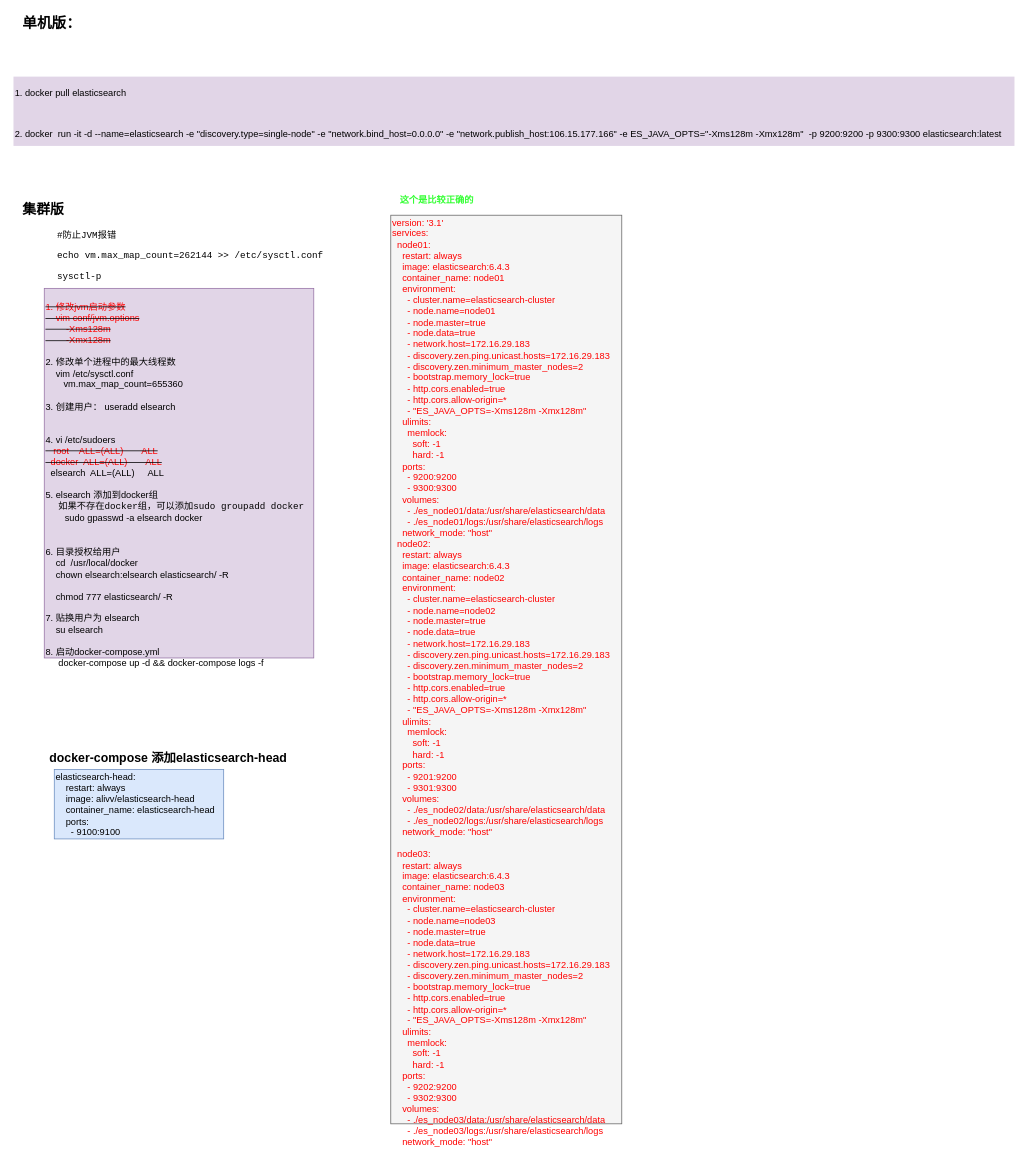
The draw.io diagram page "ELK" (3 of 5) of CI/CI/CDdrawio.drawio in liudongdong0909/draw, before the edit. Source tidied: cells renumbered, new cells numbered last; positions are measured from the earlier drawing's top-left corner, leaving out a move shared by most shapes. Both pictures are drawn from the tidied source at 77%, with x=0, y=0 at pixel (13, 13).
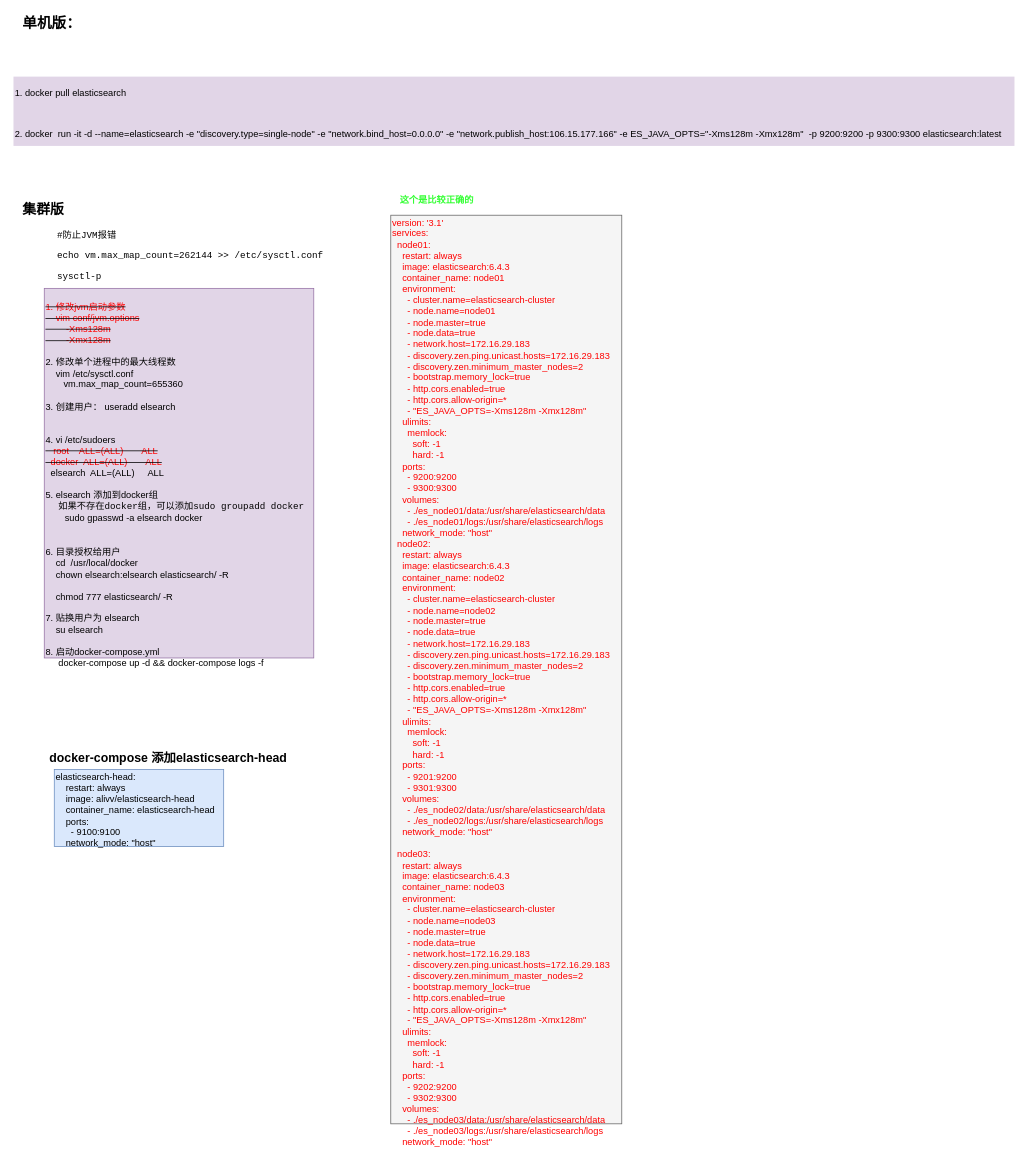
The same diagram, later.

Change to the diagram source:
```diff
@@
 <mxGraphModel>
   <root>
     <mxCell id="0" />
     <mxCell id="1" parent="0" />
     <mxCell id="2" value="&lt;b&gt;&lt;font style=&quot;font-size: 19px&quot;&gt;单机版：&lt;/font&gt;&lt;/b&gt;" style="text;html=1;align=left;verticalAlign=top;spacingTop=-4;" parent="1" vertex="1">
       <mxGeometry x="10" width="90" height="20" as="geometry" />
     </mxCell>
     <mxCell id="3" value="&lt;div title=&quot;Page 6&quot;&gt;&lt;p&gt;&lt;span&gt;&lt;font&gt;1. docker pull elasticsearch&lt;/font&gt;&lt;/span&gt;&lt;/p&gt;&lt;p&gt;&lt;span&gt;&lt;font&gt;&lt;br&gt;&lt;/font&gt;&lt;/span&gt;&lt;/p&gt;&lt;p&gt;&lt;font&gt;&lt;span&gt;2.&amp;nbsp;&lt;/span&gt;&lt;/font&gt;&lt;span&gt;docker&amp;nbsp; run -it -d --name=elasticsearch -e &quot;discovery.type=single-node&quot; -e &quot;network.bind_host=0.0.0.0&quot; -e &quot;network.publish_host:106.15.177.166&quot; -e&amp;nbsp;&lt;/span&gt;&lt;span&gt;ES_JAVA_OPTS=&lt;/span&gt;&lt;span&gt;&quot;-Xms128m -Xmx128m&quot;&lt;/span&gt;&lt;span&gt;&amp;nbsp;&amp;nbsp;-p 9200:9200 -p 9300:9300 elasticsearch:latest&lt;/span&gt;&lt;/p&gt;&lt;/div&gt;" style="text;html=1;align=left;verticalAlign=top;spacingTop=-4;strokeColor=none;fillColor=#E1D5E7;fontColor=#000000;" parent="1" vertex="1">
       <mxGeometry y="82" width="1300" height="90" as="geometry" />
     </mxCell>
     <mxCell id="4" value="&lt;b&gt;&lt;font style=&quot;font-size: 18px&quot;&gt;集群版&lt;/font&gt;&lt;/b&gt;" style="text;html=1;align=left;verticalAlign=top;spacingTop=-4;fontColor=#000000;" parent="1" vertex="1">
       <mxGeometry x="10" y="242" width="70" height="20" as="geometry" />
     </mxCell>
     <mxCell id="5" value="&lt;pre&gt;&lt;code&gt;&lt;span&gt;#防止JVM报错&lt;/span&gt;&lt;/code&gt;&lt;/pre&gt;&lt;pre&gt;&lt;code&gt;&lt;span&gt;echo &lt;/span&gt;&lt;span&gt;vm.max_map_count=262144 &amp;gt;&amp;gt; /etc/sysctl.conf&lt;/span&gt;&lt;/code&gt;&lt;/pre&gt;&lt;pre&gt;&lt;code&gt;&lt;span&gt;sysctl&lt;/span&gt;&lt;span&gt;-p&lt;/span&gt;&lt;/code&gt;&lt;/pre&gt;" style="text;html=1;align=left;verticalAlign=top;spacingTop=-4;fontColor=#000000;" parent="1" vertex="1">
       <mxGeometry x="55" y="267" width="360" height="90" as="geometry" />
     </mxCell>
     <mxCell id="6" value="&lt;div&gt;&lt;font color=&quot;#ff0000&quot;&gt;version: '3.1'&lt;/font&gt;&lt;/div&gt;&lt;div&gt;&lt;font color=&quot;#ff0000&quot;&gt;services:&lt;/font&gt;&lt;/div&gt;&lt;div&gt;&lt;font color=&quot;#ff0000&quot;&gt;&amp;nbsp; node01:&lt;/font&gt;&lt;/div&gt;&lt;div&gt;&lt;font color=&quot;#ff0000&quot;&gt;&amp;nbsp; &amp;nbsp; restart: always&lt;/font&gt;&lt;/div&gt;&lt;div&gt;&lt;font color=&quot;#ff0000&quot;&gt;&amp;nbsp; &amp;nbsp; image: elasticsearch:6.4.3&lt;/font&gt;&lt;/div&gt;&lt;div&gt;&lt;font color=&quot;#ff0000&quot;&gt;&amp;nbsp; &amp;nbsp; container_name: node01&lt;/font&gt;&lt;/div&gt;&lt;div&gt;&lt;font color=&quot;#ff0000&quot;&gt;&amp;nbsp; &amp;nbsp; environment:&lt;/font&gt;&lt;/div&gt;&lt;div&gt;&lt;font color=&quot;#ff0000&quot;&gt;&amp;nbsp; &amp;nbsp; &amp;nbsp; - cluster.name=elasticsearch-cluster&lt;/font&gt;&lt;/div&gt;&lt;div&gt;&lt;font color=&quot;#ff0000&quot;&gt;&amp;nbsp; &amp;nbsp; &amp;nbsp; - node.name=node01&lt;/font&gt;&lt;/div&gt;&lt;div&gt;&lt;font color=&quot;#ff0000&quot;&gt;&amp;nbsp; &amp;nbsp; &amp;nbsp; - node.master=true&lt;/font&gt;&lt;/div&gt;&lt;div&gt;&lt;font color=&quot;#ff0000&quot;&gt;&amp;nbsp; &amp;nbsp; &amp;nbsp; - node.data=true&lt;/font&gt;&lt;/div&gt;&lt;div&gt;&lt;font color=&quot;#ff0000&quot;&gt;&amp;nbsp; &amp;nbsp; &amp;nbsp; - network.host=172.16.29.183&lt;/font&gt;&lt;/div&gt;&lt;div&gt;&lt;font color=&quot;#ff0000&quot;&gt;&amp;nbsp; &amp;nbsp; &amp;nbsp; - discovery.zen.ping.unicast.hosts=172.16.29.183&lt;/font&gt;&lt;/div&gt;&lt;div&gt;&lt;font color=&quot;#ff0000&quot;&gt;&amp;nbsp; &amp;nbsp; &amp;nbsp; - discovery.zen.minimum_master_nodes=2&lt;/font&gt;&lt;/div&gt;&lt;div&gt;&lt;font color=&quot;#ff0000&quot;&gt;&amp;nbsp; &amp;nbsp; &amp;nbsp; - bootstrap.memory_lock=true&lt;/font&gt;&lt;/div&gt;&lt;div&gt;&lt;font color=&quot;#ff0000&quot;&gt;&amp;nbsp; &amp;nbsp; &amp;nbsp; - http.cors.enabled=true&lt;/font&gt;&lt;/div&gt;&lt;div&gt;&lt;font color=&quot;#ff0000&quot;&gt;&amp;nbsp; &amp;nbsp; &amp;nbsp; - http.cors.allow-origin=*&lt;/font&gt;&lt;/div&gt;&lt;div&gt;&lt;font color=&quot;#ff0000&quot;&gt;&amp;nbsp; &amp;nbsp; &amp;nbsp; - &quot;ES_JAVA_OPTS=-Xms128m -Xmx128m&quot;&lt;/font&gt;&lt;/div&gt;&lt;div&gt;&lt;font color=&quot;#ff0000&quot;&gt;&amp;nbsp; &amp;nbsp; ulimits:&lt;/font&gt;&lt;/div&gt;&lt;div&gt;&lt;font color=&quot;#ff0000&quot;&gt;&amp;nbsp; &amp;nbsp; &amp;nbsp; memlock:&lt;/font&gt;&lt;/div&gt;&lt;div&gt;&lt;font color=&quot;#ff0000&quot;&gt;&amp;nbsp; &amp;nbsp; &amp;nbsp; &amp;nbsp; soft: -1&lt;/font&gt;&lt;/div&gt;&lt;div&gt;&lt;font color=&quot;#ff0000&quot;&gt;&amp;nbsp; &amp;nbsp; &amp;nbsp; &amp;nbsp; hard: -1&lt;/font&gt;&lt;/div&gt;&lt;div&gt;&lt;font color=&quot;#ff0000&quot;&gt;&amp;nbsp; &amp;nbsp; ports:&lt;/font&gt;&lt;/div&gt;&lt;div&gt;&lt;font color=&quot;#ff0000&quot;&gt;&amp;nbsp; &amp;nbsp; &amp;nbsp; - 9200:9200&lt;/font&gt;&lt;/div&gt;&lt;div&gt;&lt;font color=&quot;#ff0000&quot;&gt;&amp;nbsp; &amp;nbsp; &amp;nbsp; - 9300:9300&lt;/font&gt;&lt;/div&gt;&lt;div&gt;&lt;font color=&quot;#ff0000&quot;&gt;&amp;nbsp; &amp;nbsp; volumes:&lt;/font&gt;&lt;/div&gt;&lt;div&gt;&lt;font color=&quot;#ff0000&quot;&gt;&amp;nbsp; &amp;nbsp; &amp;nbsp; - ./es_node01/data:/usr/share/elasticsearch/data&lt;/font&gt;&lt;/div&gt;&lt;div&gt;&lt;font color=&quot;#ff0000&quot;&gt;&amp;nbsp; &amp;nbsp; &amp;nbsp; - ./es_node01/logs:/usr/share/elasticsearch/logs&amp;nbsp; &amp;nbsp;&amp;nbsp;&lt;/font&gt;&lt;/div&gt;&lt;div&gt;&lt;font color=&quot;#ff0000&quot;&gt;&amp;nbsp; &amp;nbsp; network_mode: &quot;host&quot;&lt;/font&gt;&lt;/div&gt;&lt;div&gt;&lt;font color=&quot;#ff0000&quot;&gt;&amp;nbsp; node02:&lt;/font&gt;&lt;/div&gt;&lt;div&gt;&lt;font color=&quot;#ff0000&quot;&gt;&amp;nbsp; &amp;nbsp; restart: always&lt;/font&gt;&lt;/div&gt;&lt;div&gt;&lt;font color=&quot;#ff0000&quot;&gt;&amp;nbsp; &amp;nbsp; image: elasticsearch:6.4.3&lt;/font&gt;&lt;/div&gt;&lt;div&gt;&lt;font color=&quot;#ff0000&quot;&gt;&amp;nbsp; &amp;nbsp; container_name: node02&lt;/font&gt;&lt;/div&gt;&lt;div&gt;&lt;font color=&quot;#ff0000&quot;&gt;&amp;nbsp; &amp;nbsp; environment:&lt;/font&gt;&lt;/div&gt;&lt;div&gt;&lt;font color=&quot;#ff0000&quot;&gt;&amp;nbsp; &amp;nbsp; &amp;nbsp; - cluster.name=elasticsearch-cluster&lt;/font&gt;&lt;/div&gt;&lt;div&gt;&lt;font color=&quot;#ff0000&quot;&gt;&amp;nbsp; &amp;nbsp; &amp;nbsp; - node.name=node02&lt;/font&gt;&lt;/div&gt;&lt;div&gt;&lt;font color=&quot;#ff0000&quot;&gt;&amp;nbsp; &amp;nbsp; &amp;nbsp; - node.master=true&lt;/font&gt;&lt;/div&gt;&lt;div&gt;&lt;font color=&quot;#ff0000&quot;&gt;&amp;nbsp; &amp;nbsp; &amp;nbsp; - node.data=true&lt;/font&gt;&lt;/div&gt;&lt;div&gt;&lt;font color=&quot;#ff0000&quot;&gt;&amp;nbsp; &amp;nbsp; &amp;nbsp; - network.host=172.16.29.183&lt;/font&gt;&lt;/div&gt;&lt;div&gt;&lt;font color=&quot;#ff0000&quot;&gt;&amp;nbsp; &amp;nbsp; &amp;nbsp; - discovery.zen.ping.unicast.hosts=172.16.29.183&lt;/font&gt;&lt;/div&gt;&lt;div&gt;&lt;font color=&quot;#ff0000&quot;&gt;&amp;nbsp; &amp;nbsp; &amp;nbsp; - discovery.zen.minimum_master_nodes=2&lt;/font&gt;&lt;/div&gt;&lt;div&gt;&lt;font color=&quot;#ff0000&quot;&gt;&amp;nbsp; &amp;nbsp; &amp;nbsp; - bootstrap.memory_lock=true&lt;/font&gt;&lt;/div&gt;&lt;div&gt;&lt;font color=&quot;#ff0000&quot;&gt;&amp;nbsp; &amp;nbsp; &amp;nbsp; - http.cors.enabled=true&lt;/font&gt;&lt;/div&gt;&lt;div&gt;&lt;font color=&quot;#ff0000&quot;&gt;&amp;nbsp; &amp;nbsp; &amp;nbsp; - http.cors.allow-origin=*&lt;/font&gt;&lt;/div&gt;&lt;div&gt;&lt;font color=&quot;#ff0000&quot;&gt;&amp;nbsp; &amp;nbsp; &amp;nbsp; - &quot;ES_JAVA_OPTS=-Xms128m -Xmx128m&quot;&lt;/font&gt;&lt;/div&gt;&lt;div&gt;&lt;font color=&quot;#ff0000&quot;&gt;&amp;nbsp; &amp;nbsp; ulimits:&lt;/font&gt;&lt;/div&gt;&lt;div&gt;&lt;font color=&quot;#ff0000&quot;&gt;&amp;nbsp; &amp;nbsp; &amp;nbsp; memlock:&lt;/font&gt;&lt;/div&gt;&lt;div&gt;&lt;font color=&quot;#ff0000&quot;&gt;&amp;nbsp; &amp;nbsp; &amp;nbsp; &amp;nbsp; soft: -1&lt;/font&gt;&lt;/div&gt;&lt;div&gt;&lt;font color=&quot;#ff0000&quot;&gt;&amp;nbsp; &amp;nbsp; &amp;nbsp; &amp;nbsp; hard: -1&lt;/font&gt;&lt;/div&gt;&lt;div&gt;&lt;font color=&quot;#ff0000&quot;&gt;&amp;nbsp; &amp;nbsp; ports:&lt;/font&gt;&lt;/div&gt;&lt;div&gt;&lt;font color=&quot;#ff0000&quot;&gt;&amp;nbsp; &amp;nbsp; &amp;nbsp; - 9201:9200&lt;/font&gt;&lt;/div&gt;&lt;div&gt;&lt;font color=&quot;#ff0000&quot;&gt;&amp;nbsp; &amp;nbsp; &amp;nbsp; - 9301:9300&lt;/font&gt;&lt;/div&gt;&lt;div&gt;&lt;font color=&quot;#ff0000&quot;&gt;&amp;nbsp; &amp;nbsp; volumes:&lt;/font&gt;&lt;/div&gt;&lt;div&gt;&lt;font color=&quot;#ff0000&quot;&gt;&amp;nbsp; &amp;nbsp; &amp;nbsp; - ./es_node02/data:/usr/share/elasticsearch/data&lt;/font&gt;&lt;/div&gt;&lt;div&gt;&lt;font color=&quot;#ff0000&quot;&gt;&amp;nbsp; &amp;nbsp; &amp;nbsp; - ./es_node02/logs:/usr/share/elasticsearch/logs&amp;nbsp; &amp;nbsp;&amp;nbsp;&lt;/font&gt;&lt;/div&gt;&lt;div&gt;&lt;font color=&quot;#ff0000&quot;&gt;&amp;nbsp; &amp;nbsp; network_mode: &quot;host&quot;&lt;/font&gt;&lt;/div&gt;&lt;div&gt;&lt;font color=&quot;#ff0000&quot;&gt;&lt;br&gt;&lt;/font&gt;&lt;/div&gt;&lt;div&gt;&lt;font color=&quot;#ff0000&quot;&gt;&amp;nbsp; node03:&lt;/font&gt;&lt;/div&gt;&lt;div&gt;&lt;font color=&quot;#ff0000&quot;&gt;&amp;nbsp; &amp;nbsp; restart: always&lt;/font&gt;&lt;/div&gt;&lt;div&gt;&lt;font color=&quot;#ff0000&quot;&gt;&amp;nbsp; &amp;nbsp; image: elasticsearch:6.4.3&lt;/font&gt;&lt;/div&gt;&lt;div&gt;&lt;font color=&quot;#ff0000&quot;&gt;&amp;nbsp; &amp;nbsp; container_name: node03&lt;/font&gt;&lt;/div&gt;&lt;div&gt;&lt;font color=&quot;#ff0000&quot;&gt;&amp;nbsp; &amp;nbsp; environment:&lt;/font&gt;&lt;/div&gt;&lt;div&gt;&lt;font color=&quot;#ff0000&quot;&gt;&amp;nbsp; &amp;nbsp; &amp;nbsp; - cluster.name=elasticsearch-cluster&lt;/font&gt;&lt;/div&gt;&lt;div&gt;&lt;font color=&quot;#ff0000&quot;&gt;&amp;nbsp; &amp;nbsp; &amp;nbsp; - node.name=node03&lt;/font&gt;&lt;/div&gt;&lt;div&gt;&lt;font color=&quot;#ff0000&quot;&gt;&amp;nbsp; &amp;nbsp; &amp;nbsp; - node.master=true&lt;/font&gt;&lt;/div&gt;&lt;div&gt;&lt;font color=&quot;#ff0000&quot;&gt;&amp;nbsp; &amp;nbsp; &amp;nbsp; - node.data=true&lt;/font&gt;&lt;/div&gt;&lt;div&gt;&lt;font color=&quot;#ff0000&quot;&gt;&amp;nbsp; &amp;nbsp; &amp;nbsp; - network.host=172.16.29.183&lt;/font&gt;&lt;/div&gt;&lt;div&gt;&lt;font color=&quot;#ff0000&quot;&gt;&amp;nbsp; &amp;nbsp; &amp;nbsp; - discovery.zen.ping.unicast.hosts=172.16.29.183&lt;/font&gt;&lt;/div&gt;&lt;div&gt;&lt;font color=&quot;#ff0000&quot;&gt;&amp;nbsp; &amp;nbsp; &amp;nbsp; - discovery.zen.minimum_master_nodes=2&lt;/font&gt;&lt;/div&gt;&lt;div&gt;&lt;font color=&quot;#ff0000&quot;&gt;&amp;nbsp; &amp;nbsp; &amp;nbsp; - bootstrap.memory_lock=true&lt;/font&gt;&lt;/div&gt;&lt;div&gt;&lt;font color=&quot;#ff0000&quot;&gt;&amp;nbsp; &amp;nbsp; &amp;nbsp; - http.cors.enabled=true&lt;/font&gt;&lt;/div&gt;&lt;div&gt;&lt;font color=&quot;#ff0000&quot;&gt;&amp;nbsp; &amp;nbsp; &amp;nbsp; - http.cors.allow-origin=*&lt;/font&gt;&lt;/div&gt;&lt;div&gt;&lt;font color=&quot;#ff0000&quot;&gt;&amp;nbsp; &amp;nbsp; &amp;nbsp; - &quot;ES_JAVA_OPTS=-Xms128m -Xmx128m&quot;&lt;/font&gt;&lt;/div&gt;&lt;div&gt;&lt;font color=&quot;#ff0000&quot;&gt;&amp;nbsp; &amp;nbsp; ulimits:&lt;/font&gt;&lt;/div&gt;&lt;div&gt;&lt;font color=&quot;#ff0000&quot;&gt;&amp;nbsp; &amp;nbsp; &amp;nbsp; memlock:&lt;/font&gt;&lt;/div&gt;&lt;div&gt;&lt;font color=&quot;#ff0000&quot;&gt;&amp;nbsp; &amp;nbsp; &amp;nbsp; &amp;nbsp; soft: -1&lt;/font&gt;&lt;/div&gt;&lt;div&gt;&lt;font color=&quot;#ff0000&quot;&gt;&amp;nbsp; &amp;nbsp; &amp;nbsp; &amp;nbsp; hard: -1&lt;/font&gt;&lt;/div&gt;&lt;div&gt;&lt;font color=&quot;#ff0000&quot;&gt;&amp;nbsp; &amp;nbsp; ports:&lt;/font&gt;&lt;/div&gt;&lt;div&gt;&lt;font color=&quot;#ff0000&quot;&gt;&amp;nbsp; &amp;nbsp; &amp;nbsp; - 9202:9200&lt;/font&gt;&lt;/div&gt;&lt;div&gt;&lt;font color=&quot;#ff0000&quot;&gt;&amp;nbsp; &amp;nbsp; &amp;nbsp; - 9302:9300&lt;/font&gt;&lt;/div&gt;&lt;div&gt;&lt;font color=&quot;#ff0000&quot;&gt;&amp;nbsp; &amp;nbsp; volumes:&lt;/font&gt;&lt;/div&gt;&lt;div&gt;&lt;font color=&quot;#ff0000&quot;&gt;&amp;nbsp; &amp;nbsp; &amp;nbsp; - ./es_node03/data:/usr/share/elasticsearch/data&lt;/font&gt;&lt;/div&gt;&lt;div&gt;&lt;font color=&quot;#ff0000&quot;&gt;&amp;nbsp; &amp;nbsp; &amp;nbsp; - ./es_node03/logs:/usr/share/elasticsearch/logs&amp;nbsp; &amp;nbsp;&amp;nbsp;&lt;/font&gt;&lt;/div&gt;&lt;div&gt;&lt;font color=&quot;#ff0000&quot;&gt;&amp;nbsp; &amp;nbsp; network_mode: &quot;host&quot;&lt;/font&gt;&lt;/div&gt;" style="text;html=1;align=left;verticalAlign=top;spacingTop=-4;fillColor=#f5f5f5;strokeColor=#666666;fontColor=#333333;" parent="1" vertex="1">
       <mxGeometry x="490" y="262" width="300" height="1180" as="geometry" />
     </mxCell>
     <mxCell id="7" value="&lt;b&gt;&lt;font color=&quot;#33ff33&quot;&gt;这个是比较正确的&lt;/font&gt;&lt;/b&gt;" style="text;html=1;align=left;verticalAlign=top;spacingTop=-4;" parent="1" vertex="1">
       <mxGeometry x="500" y="232" width="110" height="20" as="geometry" />
     </mxCell>
     <mxCell id="8" value="&lt;div&gt;&lt;font color=&quot;#ff0000&quot;&gt;&lt;br&gt;&lt;/font&gt;&lt;/div&gt;&lt;div&gt;&lt;strike&gt;&lt;font color=&quot;#ff0000&quot;&gt;1. 修改jvm启动参数&lt;/font&gt;&lt;/strike&gt;&lt;/div&gt;&lt;div&gt;&lt;strike&gt;&lt;font color=&quot;#ff0000&quot;&gt;&amp;nbsp; &amp;nbsp; vim conf/jvm.options&lt;/font&gt;&lt;/strike&gt;&lt;/div&gt;&lt;div&gt;&lt;strike&gt;&lt;font color=&quot;#ff0000&quot;&gt;&amp;nbsp; &amp;nbsp; &amp;nbsp; &amp;nbsp; -Xms128m&lt;/font&gt;&lt;/strike&gt;&lt;/div&gt;&lt;div&gt;&lt;strike&gt;&lt;font color=&quot;#ff0000&quot;&gt;&amp;nbsp; &amp;nbsp; &amp;nbsp; &amp;nbsp; -Xmx128m&lt;/font&gt;&lt;/strike&gt;&lt;/div&gt;&lt;div&gt;&lt;br&gt;&lt;/div&gt;&lt;div&gt;2. 修改单个进程中的最大线程数&lt;/div&gt;&lt;div&gt;&amp;nbsp; &amp;nbsp; vim /etc/sysctl.conf&lt;/div&gt;&lt;div&gt;&amp;nbsp; &amp;nbsp; &amp;nbsp; &amp;nbsp;vm.max_map_count=655360&lt;/div&gt;&lt;div&gt;&lt;br&gt;&lt;/div&gt;&lt;div&gt;&lt;div&gt;3. 创建用户： useradd elsearch&lt;/div&gt;&lt;div&gt;&lt;br&gt;&lt;/div&gt;&lt;div&gt;&lt;br&gt;&lt;/div&gt;&lt;div&gt;4. vi /etc/sudoers&lt;/div&gt;&lt;div&gt;&lt;div&gt;&lt;strike&gt;&amp;nbsp;&lt;font color=&quot;#ff0000&quot;&gt; &amp;nbsp;root&amp;nbsp; &amp;nbsp; ALL=(ALL)&amp;nbsp; &amp;nbsp; &amp;nbsp; &amp;nbsp;ALL&lt;/font&gt;&lt;/strike&gt;&lt;/div&gt;&lt;div&gt;&lt;strike&gt;&lt;font color=&quot;#ff0000&quot;&gt;&amp;nbsp; docker&amp;nbsp; ALL=(ALL)&amp;nbsp; &amp;nbsp; &amp;nbsp; &amp;nbsp;ALL&lt;/font&gt;&lt;/strike&gt;&lt;/div&gt;&lt;div&gt;&amp;nbsp; elsearch&amp;nbsp; ALL=(ALL)&amp;nbsp; &amp;nbsp; &amp;nbsp;ALL&lt;/div&gt;&lt;/div&gt;&lt;div&gt;&lt;br&gt;&lt;/div&gt;&lt;div&gt;5. elsearch 添加到docker组&lt;/div&gt;&lt;div&gt;&amp;nbsp; &amp;nbsp; &amp;nbsp;&lt;span&gt;如果不存在&lt;/span&gt;&lt;code&gt;docker&lt;/code&gt;&lt;span&gt;组，可以添加&lt;/span&gt;&lt;code&gt;sudo groupadd docker&lt;/code&gt;&lt;/div&gt;&lt;div&gt;&lt;code&gt;&amp;nbsp; &amp;nbsp;&lt;/code&gt;&lt;span&gt;&amp;nbsp;sudo gpasswd -a elsearch docker&lt;/span&gt;&lt;/div&gt;&lt;div&gt;&lt;br&gt;&lt;/div&gt;&lt;div&gt;&lt;br&gt;&lt;/div&gt;&lt;div&gt;6. 目录授权给用户&lt;/div&gt;&amp;nbsp; &amp;nbsp; cd&amp;nbsp; /usr/local/docker&lt;div&gt;&amp;nbsp; &amp;nbsp; chown elsearch:elsearch elasticsearch/ -R&lt;br&gt;&lt;/div&gt;&lt;/div&gt;&lt;div&gt;&lt;br&gt;&lt;/div&gt;&lt;div&gt;&amp;nbsp; &amp;nbsp; chmod 777 elasticsearch/ -R&lt;/div&gt;&lt;div&gt;&lt;br&gt;&lt;/div&gt;&lt;div&gt;7. 贴换用户为 elsearch&lt;/div&gt;&lt;div&gt;&amp;nbsp; &amp;nbsp;&amp;nbsp;su elsearch&lt;/div&gt;&lt;div&gt;&lt;br&gt;&lt;/div&gt;&lt;div&gt;8. 启动docker-compose.yml&lt;/div&gt;&lt;div&gt;&amp;nbsp; &amp;nbsp; &amp;nbsp;docker-compose up -d &amp;amp;&amp;amp; docker-compose logs -f&lt;/div&gt;" style="text;html=1;align=left;verticalAlign=top;spacingTop=-4;fillColor=#e1d5e7;strokeColor=#9673a6;" parent="1" vertex="1">
       <mxGeometry x="40" y="357" width="350" height="480" as="geometry" />
     </mxCell>
-    <mxCell id="9" value="&lt;div&gt;elasticsearch-head:&lt;/div&gt;&lt;div&gt;&amp;nbsp; &amp;nbsp; restart: always&lt;/div&gt;&lt;div&gt;&amp;nbsp; &amp;nbsp; image: alivv/elasticsearch-head&lt;/div&gt;&lt;div&gt;&amp;nbsp; &amp;nbsp; container_name:&amp;nbsp;&lt;span&gt;elasticsearch&lt;/span&gt;&lt;span&gt;-&lt;/span&gt;&lt;span&gt;head&lt;/span&gt;&lt;/div&gt;&lt;div&gt;&amp;nbsp; &amp;nbsp; ports:&lt;/div&gt;&lt;div&gt;&amp;nbsp; &amp;nbsp; &amp;nbsp; - 9100:9100&lt;/div&gt;" style="text;html=1;align=left;verticalAlign=top;spacingTop=-4;fillColor=#dae8fc;strokeColor=#6c8ebf;" parent="1" vertex="1">
-      <mxGeometry x="53" y="982" width="220" height="90" as="geometry" />
+    <mxCell id="9" value="&lt;div&gt;elasticsearch-head:&lt;/div&gt;&lt;div&gt;&amp;nbsp; &amp;nbsp; restart: always&lt;/div&gt;&lt;div&gt;&amp;nbsp; &amp;nbsp; image: alivv/elasticsearch-head&lt;/div&gt;&lt;div&gt;&amp;nbsp; &amp;nbsp; container_name:&amp;nbsp;&lt;span&gt;elasticsearch&lt;/span&gt;&lt;span&gt;-&lt;/span&gt;&lt;span&gt;head&lt;/span&gt;&lt;/div&gt;&lt;div&gt;&amp;nbsp; &amp;nbsp; ports:&lt;/div&gt;&lt;div&gt;&amp;nbsp; &amp;nbsp; &amp;nbsp; - 9100:9100&lt;span&gt;&amp;nbsp;&lt;/span&gt;&lt;/div&gt;&lt;span&gt;&amp;nbsp; &amp;nbsp; network_mode: &quot;host&quot;&lt;/span&gt;" style="text;html=1;align=left;verticalAlign=top;spacingTop=-4;fillColor=#dae8fc;strokeColor=#6c8ebf;" parent="1" vertex="1">
+      <mxGeometry x="53" y="982" width="220" height="100" as="geometry" />
     </mxCell>
     <mxCell id="10" value="&lt;b&gt;&lt;font style=&quot;font-size: 16px&quot;&gt;docker-compose 添加elasticsearch-head&lt;/font&gt;&lt;/b&gt;" style="text;html=1;align=left;verticalAlign=top;spacingTop=-4;" parent="1" vertex="1">
       <mxGeometry x="45" y="955" width="320" height="20" as="geometry" />
     </mxCell>
   </root>
 </mxGraphModel>
```
